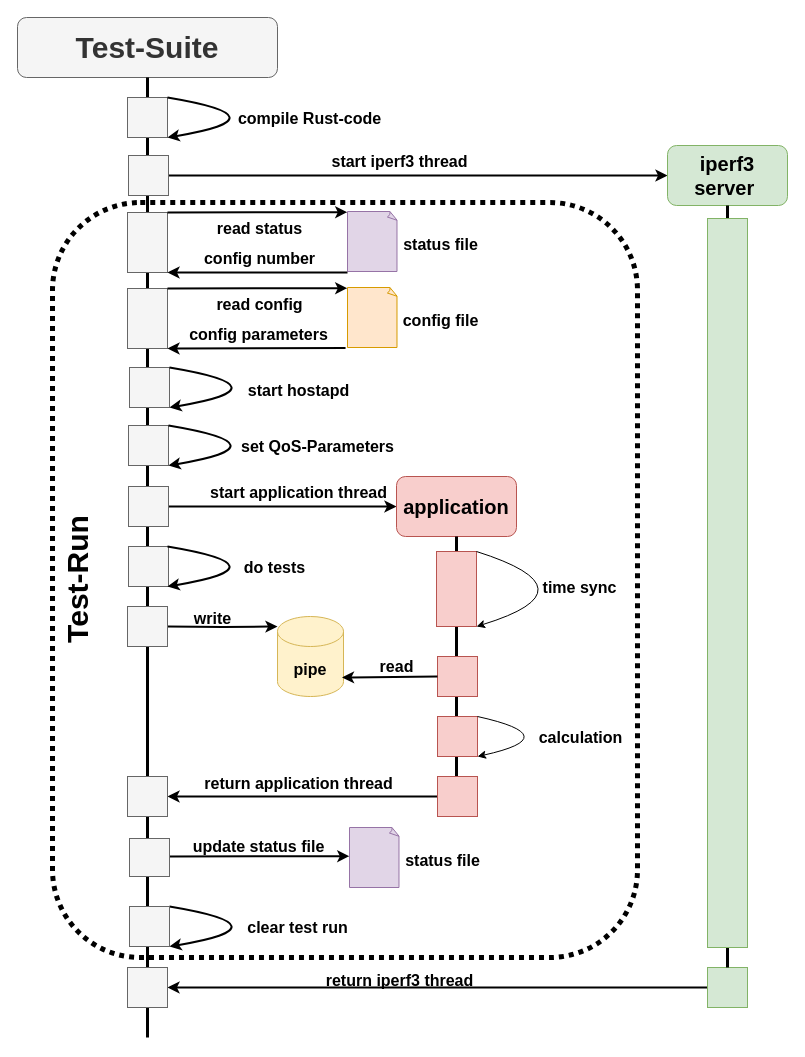
Before: thesis/drawio/Test-Suite.drawio in studhascja/Masterthesis, a draw.io diagram. Source tidied: cells renumbered, new cells numbered last; positions are measured from the earlier drawing's top-left corner, leaving out a move shared by most shapes. Both pictures are drawn from the tidied source at 100%, with x=0, y=0 at pixel (17, 17).
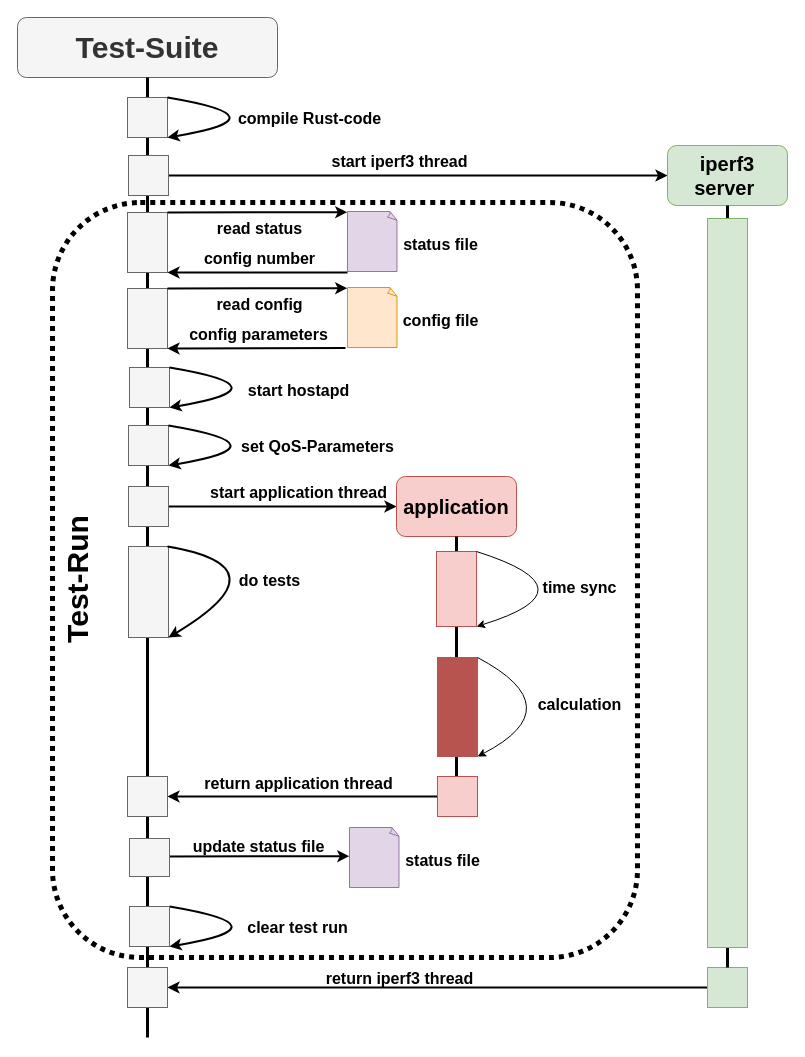
Above is the later version.

Unchanged cells that the change refers to:
```xml
<mxCell id="3" value="&lt;font style=&quot;font-size: 30px;&quot;&gt;Test-Suite&lt;/font&gt;" style="rounded=1;whiteSpace=wrap;html=1;verticalAlign=middle;fontStyle=1;fontSize=16;fillColor=#f5f5f5;fontColor=#333333;strokeColor=#666666;" parent="1" vertex="1">
  <mxGeometry width="260" height="60" as="geometry" />
</mxCell>
```

Diff of the diagram source:
```diff
@@
-    <mxCell id="4" style="endArrow=none;html=1;rounded=0;entryX=0.5;entryY=1;entryDx=0;entryDy=0;fontSize=16;fontStyle=1;strokeWidth=3;" parent="1" edge="1" source="68" target="3">
-      <mxGeometry relative="1" as="geometry" />
+    <mxCell id="4" style="endArrow=none;html=1;rounded=0;entryX=0.5;entryY=1;entryDx=0;entryDy=0;fontSize=16;fontStyle=1;strokeWidth=3;" parent="1" edge="1" target="3">
+      <mxGeometry relative="1" as="geometry">
+        <mxPoint x="130" y="630" as="sourcePoint" />
+      </mxGeometry>
     </mxCell>
@@
     <mxCell id="33" style="rounded=0;whiteSpace=wrap;html=1;fillColor=#f5f5f5;fontColor=#333333;strokeColor=#666666;fontSize=16;fontStyle=1;" parent="1" vertex="1">
-      <mxGeometry x="111" y="529" width="40" height="40" as="geometry" />
+      <mxGeometry x="111" y="529" width="40" height="91" as="geometry" />
     </mxCell>
-    <mxCell id="34" style="endArrow=classic;html=1;rounded=0;exitX=1;exitY=0;exitDx=0;exitDy=0;entryX=1;entryY=1;entryDx=0;entryDy=0;strokeColor=default;curved=1;fontSize=16;fontStyle=1;strokeWidth=2;" parent="1" edge="1">
+    <mxCell id="34" style="endArrow=classic;html=1;rounded=0;exitX=1;exitY=0;exitDx=0;exitDy=0;entryX=1;entryY=1;entryDx=0;entryDy=0;strokeColor=default;curved=1;fontSize=16;fontStyle=1;strokeWidth=2;" parent="1" edge="1" target="33">
       <mxGeometry relative="1" as="geometry">
         <mxPoint x="150" y="529" as="sourcePoint" />
-        <mxPoint x="150" y="569" as="targetPoint" />
         <Array as="points">
           <mxPoint x="270" y="549" />
         </Array>
       </mxGeometry>
     </mxCell>
     <mxCell id="35" value="do tests" style="text;html=1;align=center;verticalAlign=middle;strokeColor=none;fillColor=none;fontSize=16;fontStyle=1;" parent="1" vertex="1">
-      <mxGeometry x="219" y="532" width="75" height="35" as="geometry" />
+      <mxGeometry x="214" y="545" width="75" height="35" as="geometry" />
     </mxCell>
-    <mxCell id="36" style="edgeStyle=orthogonalEdgeStyle;rounded=0;jettySize=auto;html=1;entryX=0;entryY=0.125;entryDx=0;entryDy=0;entryPerimeter=0;fontSize=16;fontStyle=1;strokeWidth=2;" parent="1" edge="1" target="43">
-      <mxGeometry relative="1" as="geometry">
-        <mxPoint x="150" y="609" as="sourcePoint" />
-      </mxGeometry>
-    </mxCell>
-    <mxCell id="37" value="write" style="text;html=1;align=center;verticalAlign=middle;strokeColor=none;fillColor=none;fontSize=16;fontStyle=1;" parent="1" vertex="1">
-      <mxGeometry x="167" y="583" width="55" height="35" as="geometry" />
-    </mxCell>
@@
-    <mxCell id="42" style="rounded=0;whiteSpace=wrap;html=1;fillColor=#f8cecc;strokeColor=#b85450;fontSize=16;fontStyle=1;" parent="1" vertex="1">
-      <mxGeometry x="420" y="639" width="40" height="40" as="geometry" />
-    </mxCell>
-    <mxCell id="43" value="pipe" style="shape=cylinder3;whiteSpace=wrap;html=1;boundedLbl=1;backgroundOutline=1;size=15;fillColor=#fff2cc;strokeColor=#d6b656;fontSize=16;fontStyle=1;" parent="1" vertex="1">
-      <mxGeometry x="260" y="599" width="66" height="80" as="geometry" />
-    </mxCell>
-    <mxCell id="44" style="edgeStyle=orthogonalEdgeStyle;rounded=0;orthogonalLoop=1;jettySize=auto;html=1;entryX=0.978;entryY=0.762;entryDx=0;entryDy=0;entryPerimeter=0;fontSize=16;fontStyle=1;strokeWidth=2;" parent="1" edge="1">
-      <mxGeometry relative="1" as="geometry">
-        <mxPoint x="420" y="659" as="sourcePoint" />
-        <mxPoint x="324.5" y="660" as="targetPoint" />
-        <Array as="points">
-          <mxPoint x="325" y="659" />
-        </Array>
-      </mxGeometry>
-    </mxCell>
-    <mxCell id="45" value="read" style="text;html=1;align=center;verticalAlign=middle;strokeColor=none;fillColor=none;fontSize=16;fontStyle=1;" parent="1" vertex="1">
-      <mxGeometry x="351" y="631" width="55" height="35" as="geometry" />
-    </mxCell>
-    <mxCell id="46" style="rounded=0;whiteSpace=wrap;html=1;fillColor=#f8cecc;strokeColor=#b85450;fontSize=16;fontStyle=1;" parent="1" vertex="1">
-      <mxGeometry x="420" y="699" width="40" height="40" as="geometry" />
+    <mxCell id="46" style="rounded=0;whiteSpace=wrap;html=1;fillColor=light-dark(#b85450, #512d2b);strokeColor=#b85450;fontSize=16;fontStyle=1;" parent="1" vertex="1">
+      <mxGeometry x="420" y="640" width="40" height="99" as="geometry" />
     </mxCell>
     <mxCell id="47" style="endArrow=classic;html=1;rounded=0;exitX=1;exitY=0;exitDx=0;exitDy=0;entryX=1;entryY=1;entryDx=0;entryDy=0;strokeColor=default;curved=1;fontSize=16;fontStyle=1;" parent="1" edge="1" source="46" target="46">
       <mxGeometry relative="1" as="geometry">
         <Array as="points">
-          <mxPoint x="550" y="719" />
+          <mxPoint x="555" y="690" />
         </Array>
       </mxGeometry>
     </mxCell>
     <mxCell id="48" value="calculation" style="text;html=1;align=center;verticalAlign=middle;strokeColor=none;fillColor=none;fontSize=16;fontStyle=1;" parent="1" vertex="1">
-      <mxGeometry x="515" y="702" width="95" height="35" as="geometry" />
+      <mxGeometry x="514.5" y="669" width="95" height="35" as="geometry" />
     </mxCell>
@@
     <mxCell id="64" value="return iperf3 thread" style="text;html=1;align=center;verticalAlign=middle;strokeColor=none;fillColor=none;fontSize=16;fontStyle=1;" parent="1" vertex="1">
-      <mxGeometry x="304" y="945" width="155" height="35" as="geometry" />
+      <mxGeometry x="304" y="943" width="155" height="35" as="geometry" />
     </mxCell>
@@
-    <mxCell id="67" style="endArrow=none;html=1;rounded=0;entryX=0.5;entryY=1;entryDx=0;entryDy=0;fontSize=16;fontStyle=1;strokeWidth=3;" parent="1" edge="1" target="68">
+    <mxCell id="67" style="endArrow=none;html=1;rounded=0;entryX=0.5;entryY=1;entryDx=0;entryDy=0;fontSize=16;fontStyle=1;strokeWidth=3;" parent="1" edge="1">
       <mxGeometry relative="1" as="geometry">
         <mxPoint x="130" y="1020" as="sourcePoint" />
+        <mxPoint x="130" y="629" as="targetPoint" />
       </mxGeometry>
     </mxCell>
-    <mxCell id="68" style="rounded=0;whiteSpace=wrap;html=1;fillColor=#f5f5f5;fontColor=#333333;strokeColor=#666666;fontSize=16;fontStyle=1;" parent="1" vertex="1">
-      <mxGeometry x="110" y="589" width="40" height="40" as="geometry" />
-    </mxCell>
```
